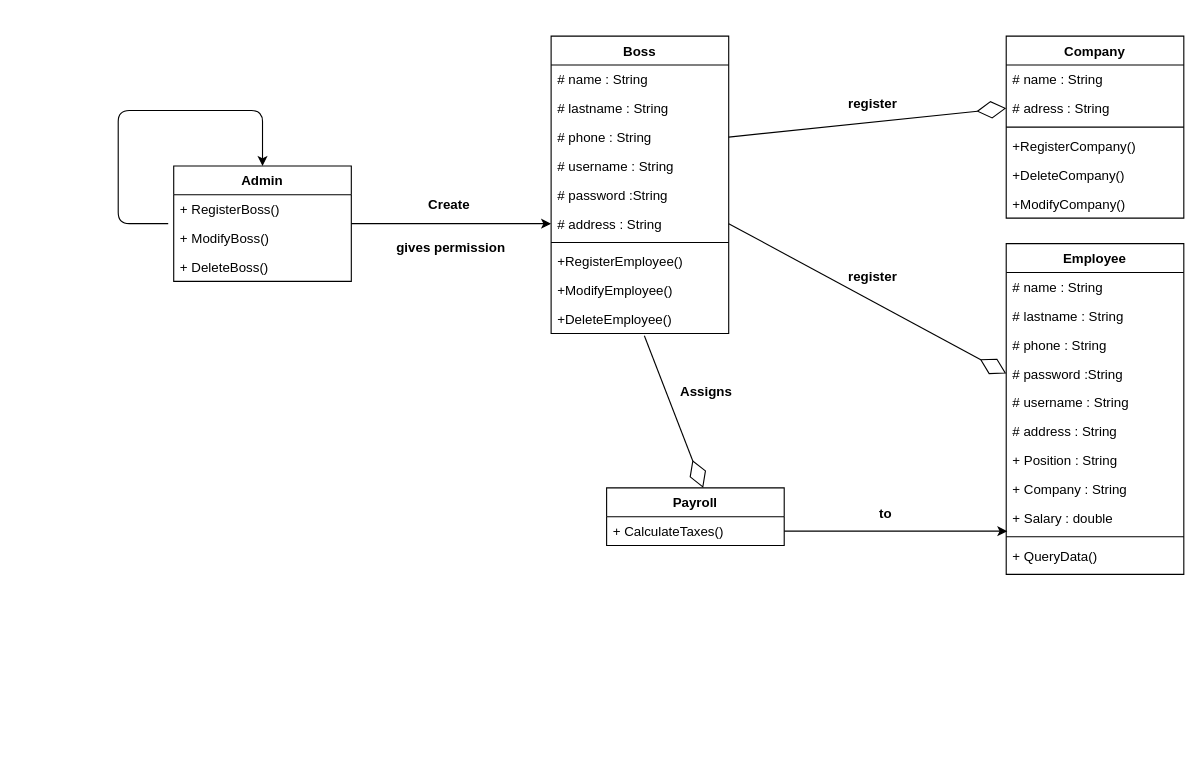
The draw.io diagram DIAGRAMAS/classDiagram.drawio in KenyaPaiz/NominaApi, before the edit. Source tidied: cells renumbered, new cells numbered last; positions are measured from the earlier drawing's top-left corner, leaving out a move shared by most shapes. Both pictures are drawn from the tidied source at 111%, with x=0, y=0 at pixel (118, 36).
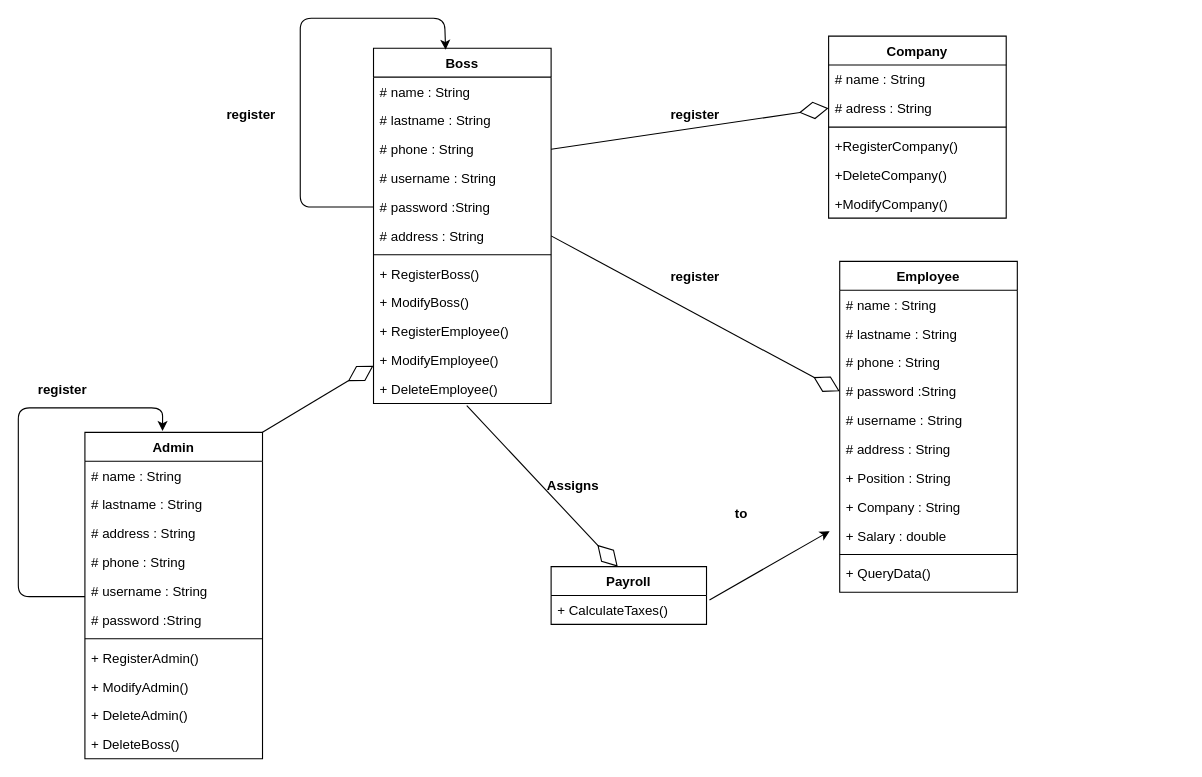
The same page after the edit.

Unchanged cells that the change refers to:
```xml
<mxCell id="13" value="# password :String" style="text;strokeColor=none;fillColor=none;align=left;verticalAlign=top;spacingLeft=4;spacingRight=4;overflow=hidden;points=[[0,0.5],[1,0.5]];portConstraint=eastwest;" parent="8" vertex="1">
  <mxGeometry y="130" width="160" height="26" as="geometry" />
</mxCell>
<mxCell id="14" value="# address : String&#10;" style="text;strokeColor=none;fillColor=none;align=left;verticalAlign=top;spacingLeft=4;spacingRight=4;overflow=hidden;points=[[0,0.5],[1,0.5]];portConstraint=eastwest;" parent="8" vertex="1">
  <mxGeometry y="156" width="160" height="26" as="geometry" />
</mxCell>
```

Diff of the diagram source:
```diff
@@
-    <mxCell id="2" style="edgeStyle=none;html=1;entryX=0;entryY=0.5;entryDx=0;entryDy=0;" parent="1" edge="1" source="3" target="14">
-      <mxGeometry relative="1" as="geometry" />
-    </mxCell>
-    <mxCell id="3" value="Admin&#10;" style="swimlane;fontStyle=1;align=center;verticalAlign=top;horizontal=1;startSize=26;" parent="1" vertex="1">
-      <mxGeometry x="50" y="117" width="160" height="104" as="geometry" />
-    </mxCell>
-    <mxCell id="4" value="+ RegisterBoss()" style="text;strokeColor=none;fillColor=none;align=left;verticalAlign=top;spacingLeft=4;spacingRight=4;overflow=hidden;" parent="3" vertex="1">
-      <mxGeometry y="26" width="160" height="26" as="geometry" />
-    </mxCell>
-    <mxCell id="5" value="+ ModifyBoss()" style="text;strokeColor=none;fillColor=none;align=left;verticalAlign=top;spacingLeft=4;spacingRight=4;overflow=hidden;points=[[0,0.5],[1,0.5]];portConstraint=eastwest;" parent="3" vertex="1">
-      <mxGeometry y="52" width="160" height="26" as="geometry" />
-    </mxCell>
-    <mxCell id="6" value="+ DeleteBoss()" style="text;strokeColor=none;fillColor=none;align=left;verticalAlign=top;spacingLeft=4;spacingRight=4;overflow=hidden;" parent="3" vertex="1">
-      <mxGeometry y="78" width="160" height="26" as="geometry" />
-    </mxCell>
-    <mxCell id="7" style="edgeStyle=none;html=1;entryX=0.5;entryY=0;entryDx=0;entryDy=0;exitX=-0.031;exitY=0;exitDx=0;exitDy=0;exitPerimeter=0;" parent="3" edge="1" source="5" target="3">
-      <mxGeometry relative="1" as="geometry">
-        <Array as="points">
-          <mxPoint x="-50" y="52" />
-          <mxPoint x="-50" y="-50" />
-          <mxPoint x="80" y="-50" />
-        </Array>
-      </mxGeometry>
-    </mxCell>
     <mxCell id="8" value="Boss" style="swimlane;fontStyle=1;align=center;verticalAlign=top;horizontal=1;startSize=26;" parent="1" vertex="1">
-      <mxGeometry x="390" width="160" height="268" as="geometry" />
+      <mxGeometry x="230" y="11" width="160" height="320" as="geometry" />
     </mxCell>
@@
-    <mxCell id="16" value="+RegisterEmployee()" style="text;strokeColor=none;fillColor=none;align=left;verticalAlign=top;spacingLeft=4;spacingRight=4;overflow=hidden;" parent="8" vertex="1">
+    <mxCell id="16" value="+ RegisterBoss()" style="text;strokeColor=none;fillColor=none;align=left;verticalAlign=top;spacingLeft=4;spacingRight=4;overflow=hidden;" parent="8" vertex="1">
       <mxGeometry y="190" width="160" height="26" as="geometry" />
     </mxCell>
+    <mxCell id="5" value="+ ModifyBoss()" style="text;strokeColor=none;fillColor=none;align=left;verticalAlign=top;spacingLeft=4;spacingRight=4;overflow=hidden;points=[[0,0.5],[1,0.5]];portConstraint=eastwest;" parent="8" vertex="1">
+      <mxGeometry y="216" width="160" height="26" as="geometry" />
+    </mxCell>
+    <mxCell id="50" value="+ RegisterEmployee()" style="text;strokeColor=none;fillColor=none;align=left;verticalAlign=top;spacingLeft=4;spacingRight=4;overflow=hidden;" parent="8" vertex="1">
+      <mxGeometry y="242" width="160" height="26" as="geometry" />
+    </mxCell>
-    <mxCell id="17" value="+ModifyEmployee()" style="text;strokeColor=none;fillColor=none;align=left;verticalAlign=top;spacingLeft=4;spacingRight=4;overflow=hidden;" parent="8" vertex="1">
-      <mxGeometry y="216" width="160" height="26" as="geometry" />
+    <mxCell id="17" value="+ ModifyEmployee()" style="text;strokeColor=none;fillColor=none;align=left;verticalAlign=top;spacingLeft=4;spacingRight=4;overflow=hidden;" parent="8" vertex="1">
+      <mxGeometry y="268" width="160" height="26" as="geometry" />
     </mxCell>
-    <mxCell id="18" value="+DeleteEmployee()" style="text;strokeColor=none;fillColor=none;align=left;verticalAlign=top;spacingLeft=4;spacingRight=4;overflow=hidden;points=[[0,0.5],[1,0.5]];portConstraint=eastwest;" parent="8" vertex="1">
-      <mxGeometry y="242" width="160" height="26" as="geometry" />
+    <mxCell id="18" value="+ DeleteEmployee()" style="text;strokeColor=none;fillColor=none;align=left;verticalAlign=top;spacingLeft=4;spacingRight=4;overflow=hidden;points=[[0,0.5],[1,0.5]];portConstraint=eastwest;" parent="8" vertex="1">
+      <mxGeometry y="294" width="160" height="26" as="geometry" />
     </mxCell>
+    <mxCell id="51" style="edgeStyle=none;html=1;fontSize=50;entryX=0.406;entryY=0.004;entryDx=0;entryDy=0;entryPerimeter=0;exitX=0;exitY=0.5;exitDx=0;exitDy=0;exitPerimeter=0;" parent="8" edge="1" source="13" target="8">
+      <mxGeometry relative="1" as="geometry">
+        <Array as="points">
+          <mxPoint x="-66" y="143" />
+          <mxPoint x="-66" y="-27" />
+          <mxPoint x="64" y="-27" />
+        </Array>
+      </mxGeometry>
+    </mxCell>
     <mxCell id="19" value="Employee" style="swimlane;fontStyle=1;align=center;verticalAlign=top;horizontal=1;startSize=26;" parent="1" vertex="1">
-      <mxGeometry x="800" y="187" width="160" height="298" as="geometry" />
+      <mxGeometry x="650" y="203" width="160" height="298" as="geometry" />
     </mxCell>
@@
     <mxCell id="31" value="Company" style="swimlane;fontStyle=1;align=center;verticalAlign=top;horizontal=1;startSize=26;" parent="1" vertex="1">
-      <mxGeometry x="800" width="160" height="164" as="geometry" />
+      <mxGeometry x="640" width="160" height="164" as="geometry" />
     </mxCell>
@@
     <mxCell id="40" value="Payroll" style="swimlane;fontStyle=1;align=center;verticalAlign=top;horizontal=1;startSize=26;" parent="1" vertex="1">
-      <mxGeometry x="440" y="407" width="160" height="52" as="geometry" />
+      <mxGeometry x="390" y="478" width="140" height="52" as="geometry" />
     </mxCell>
     <mxCell id="41" value="+ CalculateTaxes()" style="text;strokeColor=none;fillColor=none;align=left;verticalAlign=top;spacingLeft=4;spacingRight=4;overflow=hidden;points=[[0,0.5],[1,0.5]];portConstraint=eastwest;" parent="40" vertex="1">
-      <mxGeometry y="26" width="160" height="26" as="geometry" />
+      <mxGeometry y="26" width="140" height="26" as="geometry" />
     </mxCell>
-    <mxCell id="42" style="edgeStyle=none;html=1;entryX=0.006;entryY=-0.038;entryDx=0;entryDy=0;entryPerimeter=0;" parent="1" edge="1">
+    <mxCell id="42" style="edgeStyle=none;html=1;entryX=0.006;entryY=-0.038;entryDx=0;entryDy=0;entryPerimeter=0;exitX=1.019;exitY=0.154;exitDx=0;exitDy=0;exitPerimeter=0;" parent="1" edge="1" source="41">
       <mxGeometry relative="1" as="geometry">
-        <mxPoint x="600" y="446" as="sourcePoint" />
-        <mxPoint x="801" y="446" as="targetPoint" />
+        <mxPoint x="641" y="446" as="targetPoint" />
       </mxGeometry>
     </mxCell>
-    <mxCell id="43" style="endArrow=diamondThin;endFill=0;endSize=24;html=1;exitX=0.525;exitY=1.077;exitDx=0;exitDy=0;entryX=0.544;entryY=0;entryDx=0;entryDy=0;exitPerimeter=0;entryPerimeter=0;" parent="1" edge="1" source="18" target="40">
+    <mxCell id="43" style="endArrow=diamondThin;endFill=0;endSize=24;html=1;exitX=0.525;exitY=1.077;exitDx=0;exitDy=0;entryX=0.429;entryY=0;entryDx=0;entryDy=0;exitPerimeter=0;entryPerimeter=0;" parent="1" edge="1" source="18" target="40">
       <mxGeometry relative="1" as="geometry" />
     </mxCell>
-    <mxCell id="44" value="Create " style="text;align=center;fontStyle=1;verticalAlign=middle;spacingLeft=3;spacingRight=3;strokeColor=none;" parent="1" vertex="1">
-      <mxGeometry x="260" y="138" width="80" height="26" as="geometry" />
-    </mxCell>
-    <mxCell id="45" value="gives permission" style="text;align=center;fontStyle=1;verticalAlign=middle;spacingLeft=3;spacingRight=3;strokeColor=none;" parent="1" vertex="1">
-      <mxGeometry x="245" y="177" width="110" height="26" as="geometry" />
-    </mxCell>
     <mxCell id="46" value=" to" style="text;align=center;fontStyle=1;verticalAlign=middle;spacingLeft=3;spacingRight=3;strokeColor=none;" parent="1" vertex="1">
-      <mxGeometry x="650" y="417" width="80" height="26" as="geometry" />
+      <mxGeometry x="520" y="417" width="80" height="26" as="geometry" />
     </mxCell>
     <mxCell id="47" value="Assigns" style="text;align=center;fontStyle=1;verticalAlign=middle;spacingLeft=3;spacingRight=3;strokeColor=none;" parent="1" vertex="1">
-      <mxGeometry x="490" y="307" width="80" height="26" as="geometry" />
+      <mxGeometry x="370" y="391" width="80" height="26" as="geometry" />
     </mxCell>
     <mxCell id="48" value="register" style="text;align=center;fontStyle=1;verticalAlign=middle;spacingLeft=3;spacingRight=3;strokeColor=none;" parent="1" vertex="1">
-      <mxGeometry x="640" y="203" width="80" height="26" as="geometry" />
+      <mxGeometry x="480" y="203" width="80" height="26" as="geometry" />
     </mxCell>
     <mxCell id="49" value="register" style="text;align=center;fontStyle=1;verticalAlign=middle;spacingLeft=3;spacingRight=3;strokeColor=none;" parent="1" vertex="1">
-      <mxGeometry x="640" y="47" width="80" height="26" as="geometry" />
+      <mxGeometry x="480" y="57" width="80" height="26" as="geometry" />
     </mxCell>
+    <mxCell id="3" value="Admin" style="swimlane;fontStyle=1;align=center;verticalAlign=top;horizontal=1;startSize=26;" parent="1" vertex="1">
+      <mxGeometry x="-30" y="357" width="160" height="294" as="geometry" />
+    </mxCell>
+    <mxCell id="52" value="# name : String" style="text;strokeColor=none;fillColor=none;align=left;verticalAlign=top;spacingLeft=4;spacingRight=4;overflow=hidden;" parent="3" vertex="1">
+      <mxGeometry y="26" width="160" height="26" as="geometry" />
+    </mxCell>
+    <mxCell id="53" value="# lastname : String" style="text;strokeColor=none;fillColor=none;align=left;verticalAlign=top;spacingLeft=4;spacingRight=4;overflow=hidden;" parent="3" vertex="1">
+      <mxGeometry y="52" width="160" height="26" as="geometry" />
+    </mxCell>
+    <mxCell id="54" value="# address : String&#10;" style="text;strokeColor=none;fillColor=none;align=left;verticalAlign=top;spacingLeft=4;spacingRight=4;overflow=hidden;" parent="3" vertex="1">
+      <mxGeometry y="78" width="160" height="26" as="geometry" />
+    </mxCell>
+    <mxCell id="55" value="# phone : String" style="text;strokeColor=none;fillColor=none;align=left;verticalAlign=top;spacingLeft=4;spacingRight=4;overflow=hidden;" parent="3" vertex="1">
+      <mxGeometry y="104" width="160" height="26" as="geometry" />
+    </mxCell>
+    <mxCell id="56" value="# username : String" style="text;strokeColor=none;fillColor=none;align=left;verticalAlign=top;spacingLeft=4;spacingRight=4;overflow=hidden;" parent="3" vertex="1">
+      <mxGeometry y="130" width="160" height="26" as="geometry" />
+    </mxCell>
+    <mxCell id="57" value="# password :String" style="text;strokeColor=none;fillColor=none;align=left;verticalAlign=top;spacingLeft=4;spacingRight=4;overflow=hidden;" parent="3" vertex="1">
+      <mxGeometry y="156" width="160" height="26" as="geometry" />
+    </mxCell>
+    <mxCell id="58" style="line;strokeWidth=1;fillColor=none;align=left;verticalAlign=middle;spacingTop=-1;spacingLeft=3;spacingRight=3;labelPosition=right;" parent="3" vertex="1">
+      <mxGeometry y="182" width="160" height="8" as="geometry" />
+    </mxCell>
+    <mxCell id="59" value="+ RegisterAdmin()" style="text;strokeColor=none;fillColor=none;align=left;verticalAlign=top;spacingLeft=4;spacingRight=4;overflow=hidden;" parent="3" vertex="1">
+      <mxGeometry y="190" width="160" height="26" as="geometry" />
+    </mxCell>
+    <mxCell id="60" value="+ ModifyAdmin()" style="text;strokeColor=none;fillColor=none;align=left;verticalAlign=top;spacingLeft=4;spacingRight=4;overflow=hidden;" parent="3" vertex="1">
+      <mxGeometry y="216" width="160" height="26" as="geometry" />
+    </mxCell>
+    <mxCell id="61" value="+ DeleteAdmin()" style="text;strokeColor=none;fillColor=none;align=left;verticalAlign=top;spacingLeft=4;spacingRight=4;overflow=hidden;" parent="3" vertex="1">
+      <mxGeometry y="242" width="160" height="26" as="geometry" />
+    </mxCell>
+    <mxCell id="6" value="+ DeleteBoss()" style="text;strokeColor=none;fillColor=none;align=left;verticalAlign=top;spacingLeft=4;spacingRight=4;overflow=hidden;" parent="3" vertex="1">
+      <mxGeometry y="268" width="160" height="26" as="geometry" />
+    </mxCell>
+    <mxCell id="62" style="edgeStyle=none;html=1;fontSize=50;entryX=0.437;entryY=-0.004;entryDx=0;entryDy=0;entryPerimeter=0;" parent="3" edge="1" target="3">
+      <mxGeometry relative="1" as="geometry">
+        <mxPoint y="148" as="sourcePoint" />
+        <Array as="points">
+          <mxPoint x="-60" y="148" />
+          <mxPoint x="-60" y="-22" />
+          <mxPoint x="70" y="-22" />
+        </Array>
+      </mxGeometry>
+    </mxCell>
+    <mxCell id="63" style="endArrow=diamondThin;endFill=0;endSize=24;html=1;exitX=1;exitY=0;exitDx=0;exitDy=0;" parent="1" edge="1" source="3">
+      <mxGeometry relative="1" as="geometry">
+        <mxPoint x="230" y="297" as="targetPoint" />
+      </mxGeometry>
+    </mxCell>
+    <mxCell id="64" value="register" style="text;align=center;fontStyle=1;verticalAlign=middle;spacingLeft=3;spacingRight=3;strokeColor=none;" parent="1" vertex="1">
+      <mxGeometry x="80" y="57" width="80" height="26" as="geometry" />
+    </mxCell>
+    <mxCell id="65" value="register" style="text;align=center;fontStyle=1;verticalAlign=middle;spacingLeft=3;spacingRight=3;strokeColor=none;" parent="1" vertex="1">
+      <mxGeometry x="-90" y="305" width="80" height="26" as="geometry" />
+    </mxCell>
```
